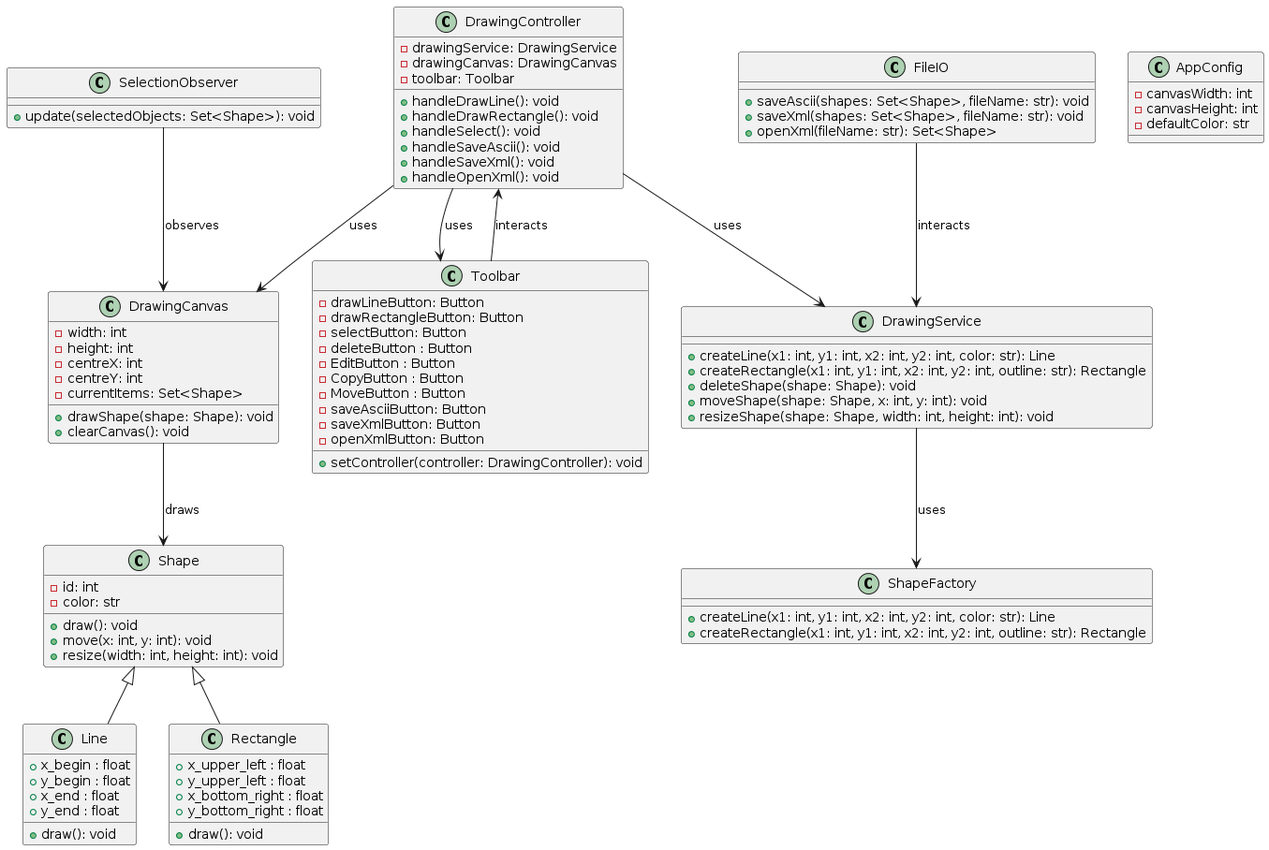
Before: uml.png, a diagram exported from PlantUML (divyanash911/Drawing-Editor). Its diagram source:
```plantuml
@startuml
class Shape {
    - id: int
    - color: str
    + draw(): void
    + move(x: int, y: int): void
    + resize(width: int, height: int): void
}

class Line {
    + x_begin : float
    + y_begin : float
    + x_end : float
    + y_end : float
    + draw(): void
}

class Rectangle {
    + x_upper_left : float
    + y_upper_left : float
    + x_bottom_right : float
    + y_bottom_right : float
    + draw(): void
}

Shape <|-- Line
Shape <|-- Rectangle

class DrawingController {
    - drawingService: DrawingService
    - drawingCanvas: DrawingCanvas
    - toolbar: Toolbar
    + handleDrawLine(): void
    + handleDrawRectangle(): void
    + handleSelect(): void
    + handleSaveAscii(): void
    + handleSaveXml(): void
    + handleOpenXml(): void
}

class DrawingService {
    + createLine(x1: int, y1: int, x2: int, y2: int, color: str): Line
    + createRectangle(x1: int, y1: int, x2: int, y2: int, outline: str): Rectangle
    + deleteShape(shape: Shape): void
    + moveShape(shape: Shape, x: int, y: int): void
    + resizeShape(shape: Shape, width: int, height: int): void

}

class DrawingCanvas {
    - width: int
    - height: int
    - centreX: int
    - centreY: int
    - currentItems: Set<Shape>
    + drawShape(shape: Shape): void
    + clearCanvas(): void
}

class Toolbar {
    - drawLineButton: Button
    - drawRectangleButton: Button
    - selectButton: Button
    - deleteButton : Button
    - EditButton : Button
    - CopyButton : Button
    - MoveButton : Button
    - saveAsciiButton: Button
    - saveXmlButton: Button
    - openXmlButton: Button
    + setController(controller: DrawingController): void
}

class SelectionObserver {
    + update(selectedObjects: Set<Shape>): void
}

class ShapeFactory {
    + createLine(x1: int, y1: int, x2: int, y2: int, color: str): Line
    + createRectangle(x1: int, y1: int, x2: int, y2: int, outline: str): Rectangle
}



class FileIO {
    + saveAscii(shapes: Set<Shape>, fileName: str): void
    + saveXml(shapes: Set<Shape>, fileName: str): void
    + openXml(fileName: str): Set<Shape>
}

class AppConfig {
    - canvasWidth: int
    - canvasHeight: int
    - defaultColor: str
}

DrawingController --> DrawingService: uses
DrawingController --> DrawingCanvas: uses
DrawingController --> Toolbar: uses
DrawingService --> ShapeFactory: uses
DrawingCanvas --> Shape: draws
Toolbar --> DrawingController: interacts
SelectionObserver --> DrawingCanvas: observes
FileIO --> DrawingService: interacts
@enduml
```
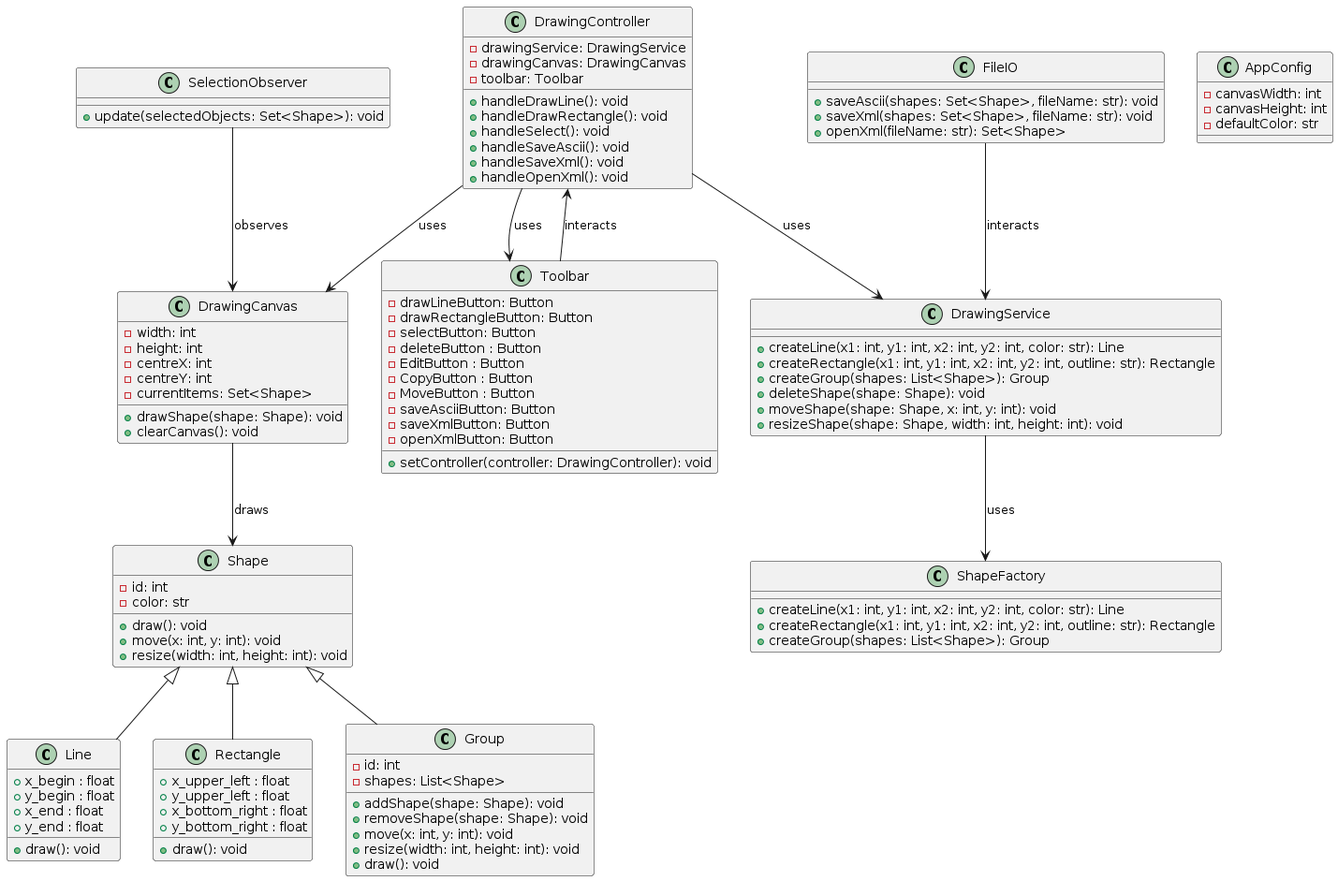
Later version of the same file.

Change to the diagram source:
```diff
@@ -23,8 +23,19 @@
     + draw(): void
 }
 
+class Group {
+    - id: int
+    - shapes: List<Shape>
+    + addShape(shape: Shape): void
+    + removeShape(shape: Shape): void
+    + move(x: int, y: int): void
+    + resize(width: int, height: int): void
+    + draw(): void
+}
+
 Shape <|-- Line
 Shape <|-- Rectangle
+Shape <|-- Group
 
 class DrawingController {
     - drawingService: DrawingService
@@ -41,10 +52,10 @@
 class DrawingService {
     + createLine(x1: int, y1: int, x2: int, y2: int, color: str): Line
     + createRectangle(x1: int, y1: int, x2: int, y2: int, outline: str): Rectangle
+    + createGroup(shapes: List<Shape>): Group
     + deleteShape(shape: Shape): void
     + moveShape(shape: Shape, x: int, y: int): void
     + resizeShape(shape: Shape, width: int, height: int): void
-
 }
 
 class DrawingCanvas {
@@ -78,9 +89,8 @@
 class ShapeFactory {
     + createLine(x1: int, y1: int, x2: int, y2: int, color: str): Line
     + createRectangle(x1: int, y1: int, x2: int, y2: int, outline: str): Rectangle
+    + createGroup(shapes: List<Shape>): Group
 }
-
-
 
 class FileIO {
     + saveAscii(shapes: Set<Shape>, fileName: str): void
```
